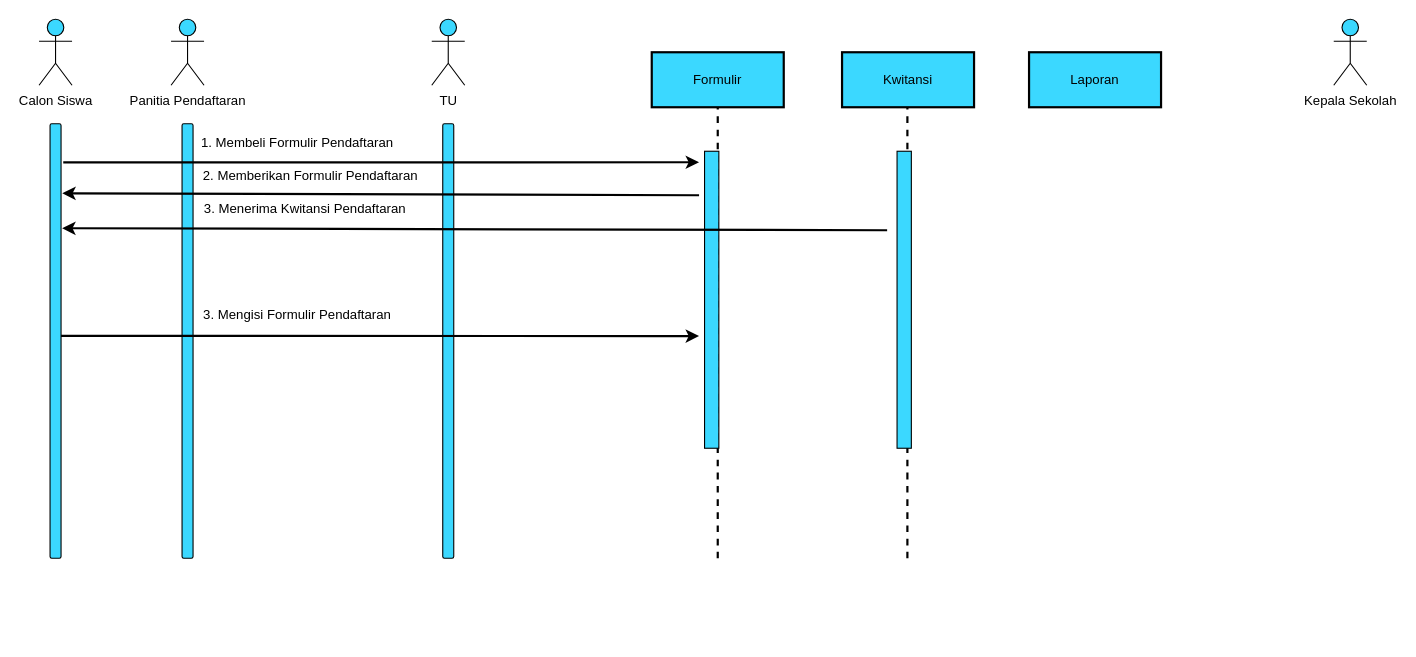
This is sequence Diagram.drawio from danangsptro/register-vhs, a draw.io file, before an edit. Source tidied: cells renumbered, new cells numbered last; positions are measured from the earlier drawing's top-left corner, leaving out a move shared by most shapes. Both pictures are drawn from the tidied source at 110%, with x=0, y=0 at pixel (-162, 19).
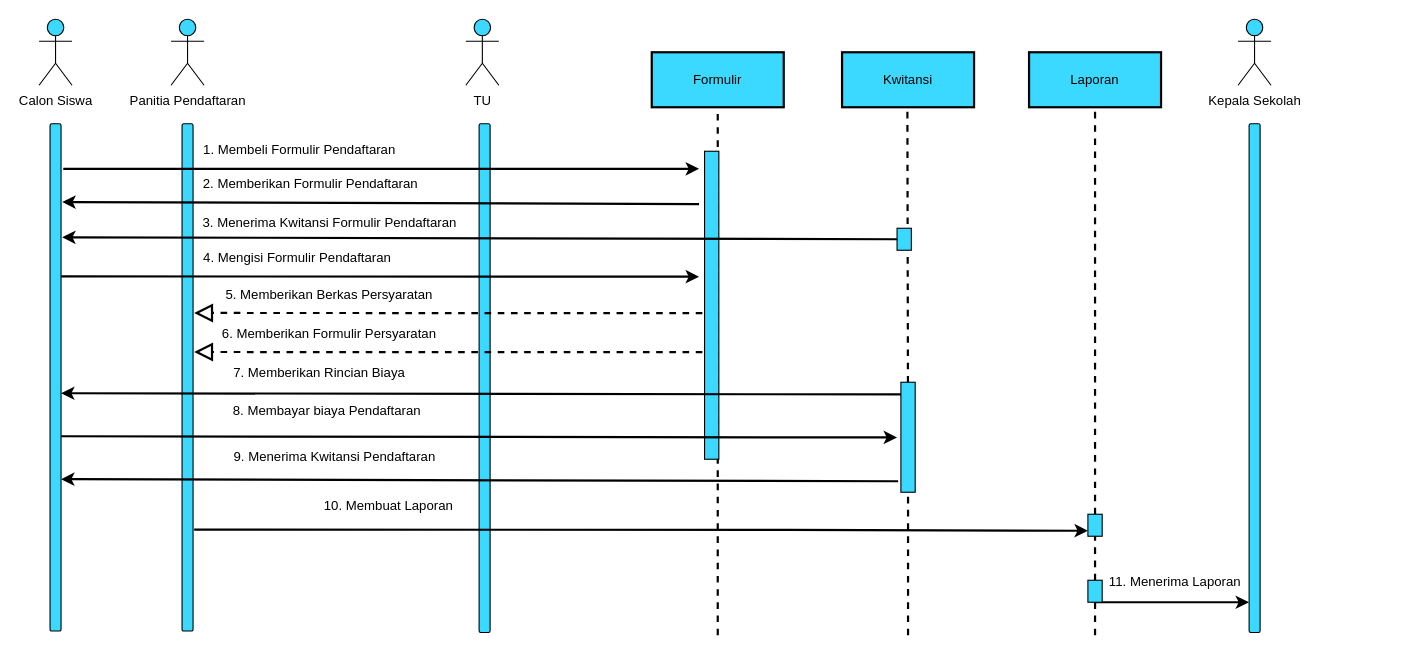
The same page after the edit.

Unchanged cells that the change refers to:
```xml
<mxCell id="9" value="Formulir" style="rounded=0;whiteSpace=wrap;html=1;fillColor=#3BD8FF;strokeWidth=2;" parent="1" vertex="1">
  <mxGeometry x="739" y="30" width="120" height="50" as="geometry" />
</mxCell>
```

Diff of the diagram source:
```diff
@@
     <mxCell id="4" value="TU" style="shape=umlActor;verticalLabelPosition=bottom;verticalAlign=top;html=1;fillColor=#3BD8FF;" parent="1" vertex="1">
-      <mxGeometry x="539" width="30" height="60" as="geometry" />
+      <mxGeometry x="570" width="30" height="60" as="geometry" />
     </mxCell>
     <mxCell id="5" value="Kepala Sekolah" style="shape=umlActor;verticalLabelPosition=bottom;verticalAlign=top;html=1;fillColor=#3BD8FF;" parent="1" vertex="1">
-      <mxGeometry x="1359" width="30" height="60" as="geometry" />
+      <mxGeometry x="1272" width="30" height="60" as="geometry" />
     </mxCell>
     <mxCell id="6" style="rounded=1;whiteSpace=wrap;html=1;fillColor=#3BD8FF;rotation=-90;" parent="1" vertex="1">
-      <mxGeometry x="-0.5" y="287.5" width="395" height="10" as="geometry" />
+      <mxGeometry x="-33.6" y="320.6" width="461.2" height="10" as="geometry" />
     </mxCell>
     <mxCell id="7" style="rounded=1;whiteSpace=wrap;html=1;fillColor=#3BD8FF;rotation=-90;" parent="1" vertex="1">
-      <mxGeometry x="119.5" y="287.5" width="395" height="10" as="geometry" />
+      <mxGeometry x="86.4" y="320.6" width="461.2" height="10" as="geometry" />
     </mxCell>
     <mxCell id="8" style="rounded=1;whiteSpace=wrap;html=1;fillColor=#3BD8FF;rotation=-90;" parent="1" vertex="1">
-      <mxGeometry x="356.5" y="287.5" width="395" height="10" as="geometry" />
+      <mxGeometry x="355.8" y="321.2" width="462.5" height="10" as="geometry" />
     </mxCell>
@@
     <mxCell id="11" style="endArrow=classic;html=1;rounded=0;exitX=0.911;exitY=1.2;exitDx=0;exitDy=0;exitPerimeter=0;strokeWidth=2;" parent="1" edge="1" source="6">
       <mxGeometry relative="1" as="geometry">
-        <mxPoint x="782" y="130" as="targetPoint" />
+        <mxPoint x="782" y="136" as="targetPoint" />
       </mxGeometry>
     </mxCell>
     <mxCell id="12" style="endArrow=none;dashed=1;html=1;strokeColor=default;strokeWidth=2;curved=1;entryX=0.5;entryY=1;entryDx=0;entryDy=0;" parent="1" edge="1" target="9">
       <mxGeometry relative="1" as="geometry">
-        <mxPoint x="799" y="490" as="sourcePoint" />
+        <mxPoint x="799" y="560" as="sourcePoint" />
       </mxGeometry>
     </mxCell>
     <mxCell id="13" style="rounded=0;whiteSpace=wrap;html=1;strokeWidth=1;fillColor=#3BD8FF;" parent="1" vertex="1">
-      <mxGeometry x="787" y="120" width="13" height="270" as="geometry" />
+      <mxGeometry x="787" y="120" width="13" height="280" as="geometry" />
     </mxCell>
     <mxCell id="14" value="1. Membeli Formulir Pendaftaran" style="text;html=1;strokeColor=none;fillColor=none;align=center;verticalAlign=middle;whiteSpace=wrap;rounded=0;" parent="1" vertex="1">
-      <mxGeometry x="307" y="98" width="220" height="30" as="geometry" />
+      <mxGeometry x="309" y="104" width="220" height="30" as="geometry" />
     </mxCell>
     <mxCell id="15" style="endArrow=classic;html=1;rounded=0;exitX=0.75;exitY=1;exitDx=0;exitDy=0;strokeWidth=2;" parent="1" edge="1">
       <mxGeometry relative="1" as="geometry">
-        <mxPoint x="202" y="287.8" as="sourcePoint" />
-        <mxPoint x="782" y="288" as="targetPoint" />
+        <mxPoint x="202" y="233.8" as="sourcePoint" />
+        <mxPoint x="782" y="234" as="targetPoint" />
         <Array as="points">
-          <mxPoint x="742" y="288" />
+          <mxPoint x="742" y="234" />
         </Array>
       </mxGeometry>
     </mxCell>
     <mxCell id="16" value="2. Memberikan Formulir Pendaftaran" style="text;html=1;strokeColor=none;fillColor=none;align=center;verticalAlign=middle;whiteSpace=wrap;rounded=0;" parent="1" vertex="1">
-      <mxGeometry x="319" y="128" width="220" height="30" as="geometry" />
+      <mxGeometry x="319" y="135" width="220" height="30" as="geometry" />
     </mxCell>
-    <mxCell id="17" value="3. Mengisi Formulir Pendaftaran" style="text;html=1;strokeColor=none;fillColor=none;align=center;verticalAlign=middle;whiteSpace=wrap;rounded=0;" parent="1" vertex="1">
-      <mxGeometry x="307" y="254" width="220" height="30" as="geometry" />
+    <mxCell id="17" value="4. Mengisi Formulir Pendaftaran" style="text;html=1;strokeColor=none;fillColor=none;align=center;verticalAlign=middle;whiteSpace=wrap;rounded=0;" parent="1" vertex="1">
+      <mxGeometry x="307" y="202" width="220" height="30" as="geometry" />
     </mxCell>
-    <mxCell id="18" style="endArrow=classic;html=1;rounded=0;strokeWidth=2;entryX=0.84;entryY=1.111;entryDx=0;entryDy=0;entryPerimeter=0;" parent="1" edge="1" target="6">
+    <mxCell id="18" style="endArrow=classic;html=1;rounded=0;strokeWidth=2;entryX=0.84;entryY=1.111;entryDx=0;entryDy=0;entryPerimeter=0;" parent="1" edge="1">
       <mxGeometry relative="1" as="geometry">
-        <mxPoint x="782" y="160" as="sourcePoint" />
+        <mxPoint x="782" y="168" as="sourcePoint" />
+        <mxPoint x="203.1" y="166.2" as="targetPoint" />
       </mxGeometry>
     </mxCell>
@@
-    <mxCell id="20" style="endArrow=none;dashed=1;html=1;strokeColor=default;strokeWidth=2;curved=1;entryX=0.5;entryY=1;entryDx=0;entryDy=0;" parent="1" edge="1">
+    <mxCell id="20" style="endArrow=none;dashed=1;html=1;strokeColor=default;strokeWidth=2;curved=1;entryX=0.5;entryY=1;entryDx=0;entryDy=0;startArrow=none;" parent="1" edge="1" source="32">
       <mxGeometry relative="1" as="geometry">
-        <mxPoint x="971.4" y="490" as="sourcePoint" />
         <mxPoint x="971.4" y="80" as="targetPoint" />
       </mxGeometry>
     </mxCell>
     <mxCell id="21" style="rounded=0;whiteSpace=wrap;html=1;strokeWidth=1;fillColor=#3BD8FF;" parent="1" vertex="1">
-      <mxGeometry x="962" y="120" width="13" height="270" as="geometry" />
+      <mxGeometry x="962" y="190" width="13" height="20" as="geometry" />
     </mxCell>
-    <mxCell id="22" style="endArrow=classic;html=1;rounded=0;strokeWidth=2;" parent="1" edge="1">
+    <mxCell id="22" style="endArrow=classic;html=1;rounded=0;strokeWidth=2;exitX=0;exitY=0.5;exitDx=0;exitDy=0;" parent="1" edge="1" source="21">
       <mxGeometry relative="1" as="geometry">
-        <mxPoint x="953" y="191.8" as="sourcePoint" />
-        <mxPoint x="203" y="190" as="targetPoint" />
+        <mxPoint x="203" y="198.2" as="targetPoint" />
       </mxGeometry>
     </mxCell>
-    <mxCell id="23" value="3. Menerima Kwitansi Pendaftaran" style="text;html=1;strokeColor=none;fillColor=none;align=center;verticalAlign=middle;whiteSpace=wrap;rounded=0;" parent="1" vertex="1">
-      <mxGeometry x="314" y="158" width="220" height="30" as="geometry" />
+    <mxCell id="23" value="3. Menerima Kwitansi Formulir Pendaftaran" style="text;html=1;strokeColor=none;fillColor=none;align=center;verticalAlign=middle;whiteSpace=wrap;rounded=0;" parent="1" vertex="1">
+      <mxGeometry x="323" y="167" width="247" height="35" as="geometry" />
     </mxCell>
+    <mxCell id="24" style="endArrow=block;dashed=1;endFill=0;endSize=12;html=1;rounded=0;entryX=0.532;entryY=1.2;entryDx=0;entryDy=0;entryPerimeter=0;exitX=-0.077;exitY=0.593;exitDx=0;exitDy=0;exitPerimeter=0;strokeWidth=2;" parent="1" edge="1">
+      <mxGeometry relative="1" as="geometry">
+        <mxPoint x="785" y="267.2" as="sourcePoint" />
+        <mxPoint x="323" y="267" as="targetPoint" />
+      </mxGeometry>
+    </mxCell>
+    <mxCell id="25" value="5. Memberikan Berkas Persyaratan" style="text;html=1;strokeColor=none;fillColor=none;align=center;verticalAlign=middle;whiteSpace=wrap;rounded=0;" parent="1" vertex="1">
+      <mxGeometry x="336" y="236" width="220" height="30" as="geometry" />
+    </mxCell>
+    <mxCell id="26" style="endArrow=block;dashed=1;endFill=0;endSize=12;html=1;rounded=0;entryX=0.532;entryY=1.2;entryDx=0;entryDy=0;entryPerimeter=0;exitX=-0.077;exitY=0.593;exitDx=0;exitDy=0;exitPerimeter=0;strokeWidth=2;" parent="1" edge="1">
+      <mxGeometry relative="1" as="geometry">
+        <mxPoint x="785" y="302.7" as="sourcePoint" />
+        <mxPoint x="323" y="302.5" as="targetPoint" />
+      </mxGeometry>
+    </mxCell>
+    <mxCell id="27" value="6. Memberikan Formulir Persyaratan" style="text;html=1;strokeColor=none;fillColor=none;align=center;verticalAlign=middle;whiteSpace=wrap;rounded=0;" parent="1" vertex="1">
+      <mxGeometry x="336" y="270.5" width="220" height="30" as="geometry" />
+    </mxCell>
+    <mxCell id="28" style="endArrow=classic;html=1;rounded=0;strokeWidth=2;entryX=0.84;entryY=1.111;entryDx=0;entryDy=0;entryPerimeter=0;exitX=0.5;exitY=0.111;exitDx=0;exitDy=0;exitPerimeter=0;" parent="1" edge="1" source="32">
+      <mxGeometry relative="1" as="geometry">
+        <mxPoint x="202" y="340" as="targetPoint" />
+      </mxGeometry>
+    </mxCell>
+    <mxCell id="29" value="7. Memberikan Rincian Biaya" style="text;html=1;strokeColor=none;fillColor=none;align=center;verticalAlign=middle;whiteSpace=wrap;rounded=0;" parent="1" vertex="1">
+      <mxGeometry x="327" y="307" width="220" height="30" as="geometry" />
+    </mxCell>
+    <mxCell id="30" style="endArrow=classic;html=1;rounded=0;exitX=0.384;exitY=0.999;exitDx=0;exitDy=0;strokeWidth=2;exitPerimeter=0;" parent="1" edge="1" source="6">
+      <mxGeometry relative="1" as="geometry">
+        <mxPoint x="962" y="380.2" as="targetPoint" />
+        <Array as="points">
+          <mxPoint x="922" y="380.2" />
+        </Array>
+      </mxGeometry>
+    </mxCell>
+    <mxCell id="31" value="8. Membayar biaya Pendaftaran" style="text;html=1;strokeColor=none;fillColor=none;align=center;verticalAlign=middle;whiteSpace=wrap;rounded=0;" parent="1" vertex="1">
+      <mxGeometry x="334" y="341" width="220" height="30" as="geometry" />
+    </mxCell>
+    <mxCell id="32" style="rounded=0;whiteSpace=wrap;html=1;strokeWidth=1;fillColor=#3BD8FF;" parent="1" vertex="1">
+      <mxGeometry x="965.5" y="330" width="13" height="100" as="geometry" />
+    </mxCell>
+    <mxCell id="33" style="endArrow=none;dashed=1;html=1;strokeColor=default;strokeWidth=2;curved=1;entryX=0.5;entryY=1;entryDx=0;entryDy=0;" parent="1" edge="1" target="32">
+      <mxGeometry relative="1" as="geometry">
+        <mxPoint x="972" y="560" as="sourcePoint" />
+      </mxGeometry>
+    </mxCell>
+    <mxCell id="34" style="endArrow=classic;html=1;rounded=0;strokeWidth=2;entryX=0.84;entryY=1.111;entryDx=0;entryDy=0;entryPerimeter=0;exitX=-0.192;exitY=0.9;exitDx=0;exitDy=0;exitPerimeter=0;" parent="1" edge="1" source="32">
+      <mxGeometry relative="1" as="geometry">
+        <mxPoint x="202" y="418.1" as="targetPoint" />
+      </mxGeometry>
+    </mxCell>
+    <mxCell id="35" value="9. Menerima Kwitansi Pendaftaran" style="text;html=1;strokeColor=none;fillColor=none;align=center;verticalAlign=middle;whiteSpace=wrap;rounded=0;" parent="1" vertex="1">
+      <mxGeometry x="341" y="383" width="220" height="30" as="geometry" />
+    </mxCell>
+    <mxCell id="36" style="endArrow=none;dashed=1;html=1;strokeColor=default;strokeWidth=2;curved=1;startArrow=none;" parent="1" edge="1" source="40">
+      <mxGeometry relative="1" as="geometry">
+        <mxPoint x="1142" y="79" as="targetPoint" />
+      </mxGeometry>
+    </mxCell>
+    <mxCell id="37" style="rounded=1;whiteSpace=wrap;html=1;fillColor=#3BD8FF;rotation=-90;" parent="1" vertex="1">
+      <mxGeometry x="1055.8" y="321.2" width="462.5" height="10" as="geometry" />
+    </mxCell>
+    <mxCell id="38" style="endArrow=classic;html=1;rounded=0;exitX=0.75;exitY=1;exitDx=0;exitDy=0;strokeWidth=2;entryX=0;entryY=0.75;entryDx=0;entryDy=0;" parent="1" edge="1" target="40">
+      <mxGeometry relative="1" as="geometry">
+        <mxPoint x="323" y="464" as="sourcePoint" />
+        <Array as="points">
+          <mxPoint x="863" y="464.2" />
+        </Array>
+      </mxGeometry>
+    </mxCell>
+    <mxCell id="39" value="10. Membuat Laporan" style="text;html=1;strokeColor=none;fillColor=none;align=center;verticalAlign=middle;whiteSpace=wrap;rounded=0;" parent="1" vertex="1">
+      <mxGeometry x="389.5" y="428" width="220" height="30" as="geometry" />
+    </mxCell>
+    <mxCell id="40" style="rounded=0;whiteSpace=wrap;html=1;strokeWidth=1;fillColor=#3BD8FF;" parent="1" vertex="1">
+      <mxGeometry x="1135.5" y="450" width="13" height="20" as="geometry" />
+    </mxCell>
+    <mxCell id="41" style="endArrow=none;dashed=1;html=1;strokeColor=default;strokeWidth=2;curved=1;startArrow=none;" parent="1" edge="1" source="43" target="40">
+      <mxGeometry relative="1" as="geometry" />
+    </mxCell>
+    <mxCell id="42" style="endArrow=classic;html=1;rounded=0;exitX=0.75;exitY=1;exitDx=0;exitDy=0;strokeWidth=2;" parent="1" edge="1">
+      <mxGeometry relative="1" as="geometry">
+        <mxPoint x="1142" y="530" as="sourcePoint" />
+        <mxPoint x="1282" y="530" as="targetPoint" />
+      </mxGeometry>
+    </mxCell>
+    <mxCell id="43" style="rounded=0;whiteSpace=wrap;html=1;strokeWidth=1;fillColor=#3BD8FF;" parent="1" vertex="1">
+      <mxGeometry x="1135.5" y="510" width="13" height="20" as="geometry" />
+    </mxCell>
+    <mxCell id="44" style="endArrow=none;dashed=1;html=1;strokeColor=default;strokeWidth=2;curved=1;startArrow=none;" parent="1" edge="1" target="43">
+      <mxGeometry relative="1" as="geometry">
+        <mxPoint x="1142" y="560" as="sourcePoint" />
+      </mxGeometry>
+    </mxCell>
+    <mxCell id="45" value="11. Menerima Laporan" style="text;html=1;strokeColor=none;fillColor=none;align=center;verticalAlign=middle;whiteSpace=wrap;rounded=0;" parent="1" vertex="1">
+      <mxGeometry x="1105" y="497" width="220" height="30" as="geometry" />
+    </mxCell>
```
